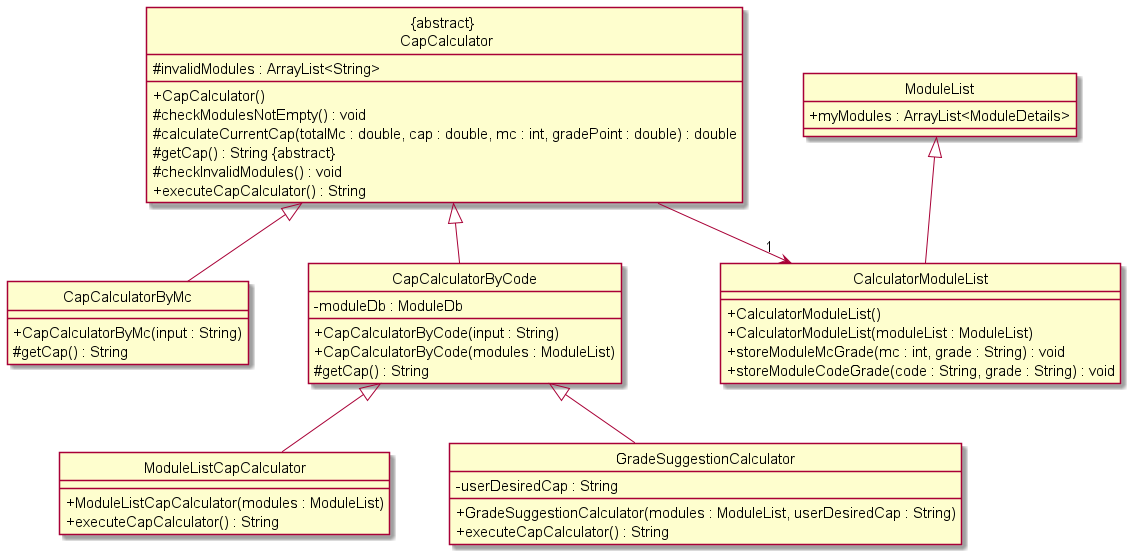
Earlier version of the PlantUML export docs/assets/images/CapCalculatorClassDiagram.png (shyamgj1900/tp).
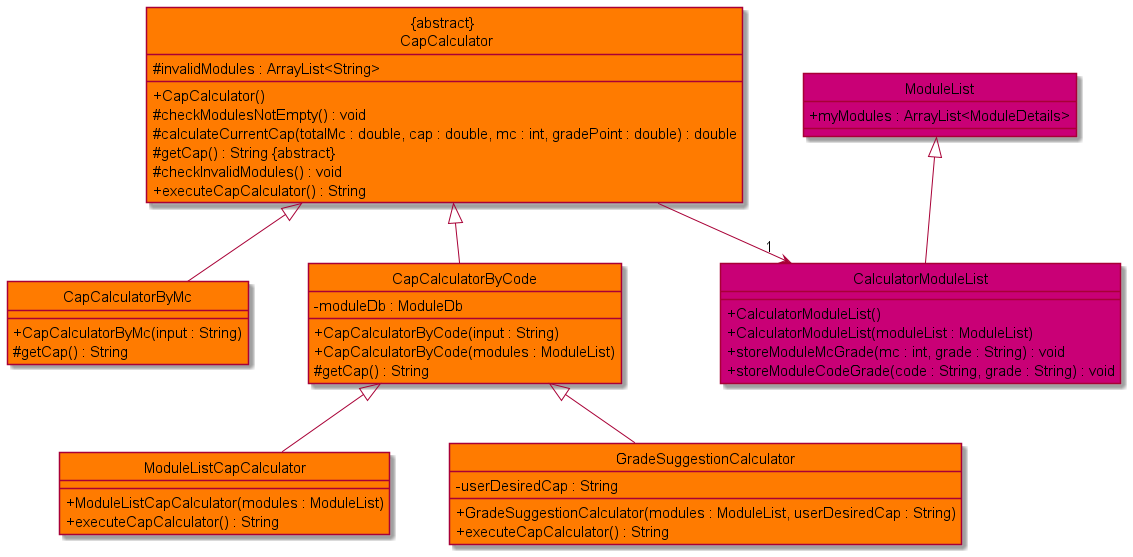
Above is the later version.

Commit message:
Edit cap calculator diagram in dg

The edit, as a diff of the source:
```diff
@@ -4,7 +4,7 @@
 
 hide circle
 
-class "ABSTRACT \n CapCalculator" {
+class "ABSTRACT \n CapCalculator" CAPCALCULATOR_COLOR {
 # invalidModules : ArrayList<String>
 
 + CapCalculator()
@@ -15,16 +15,16 @@
 + executeCapCalculator() : String
 }
 
-class "ModuleList" {
+class "ModuleList" MODULE_COLOR {
 + myModules : ArrayList<ModuleDetails>
 }
 
-class "CapCalculatorByMc" {
+class "CapCalculatorByMc" CAPCALCULATOR_COLOR {
 + CapCalculatorByMc(input : String)
 # getCap() : String
 }
 
-class "CapCalculatorByCode" {
+class "CapCalculatorByCode" CAPCALCULATOR_COLOR {
 - moduleDb : ModuleDb
 
 + CapCalculatorByCode(input : String)
@@ -32,19 +32,19 @@
 # getCap() : String
 }
 
-class "ModuleListCapCalculator" {
+class "ModuleListCapCalculator" CAPCALCULATOR_COLOR {
 + ModuleListCapCalculator(modules : ModuleList)
 + executeCapCalculator() : String
 }
 
-class "GradeSuggestionCalculator" {
+class "GradeSuggestionCalculator" CAPCALCULATOR_COLOR {
 - userDesiredCap : String
 
 + GradeSuggestionCalculator(modules : ModuleList, userDesiredCap : String)
 + executeCapCalculator() : String
 }
 
-class "CalculatorModuleList" {
+class "CalculatorModuleList" MODULE_COLOR {
 + CalculatorModuleList()
 + CalculatorModuleList(moduleList : ModuleList)
 + storeModuleMcGrade(mc : int, grade : String) : void
```
